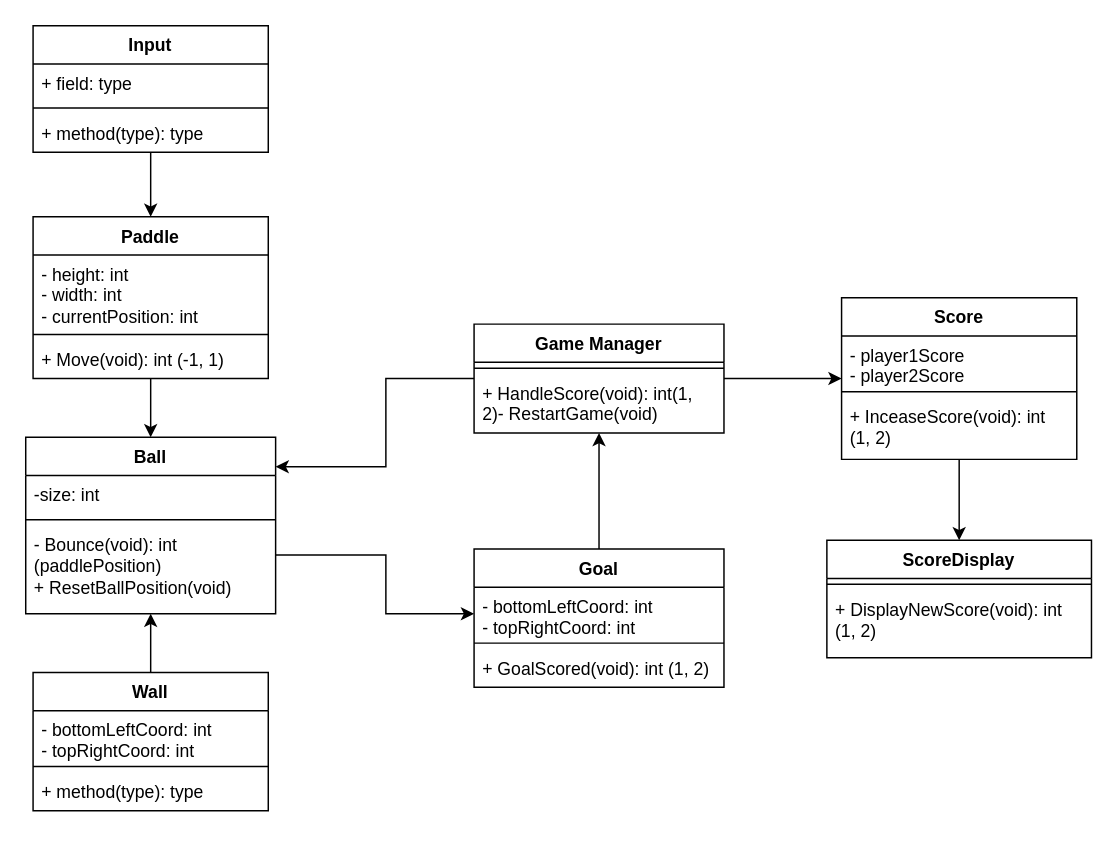
Earlier version of the draw.io diagram Documents/UML_Pong.drawio (codingcaiden03/codingcaiden03). Source tidied: cells renumbered, new cells numbered last; positions are measured from the earlier drawing's top-left corner, leaving out a move shared by most shapes. Both pictures are drawn from the tidied source at 147%, with x=0, y=0 at pixel (25, 25).
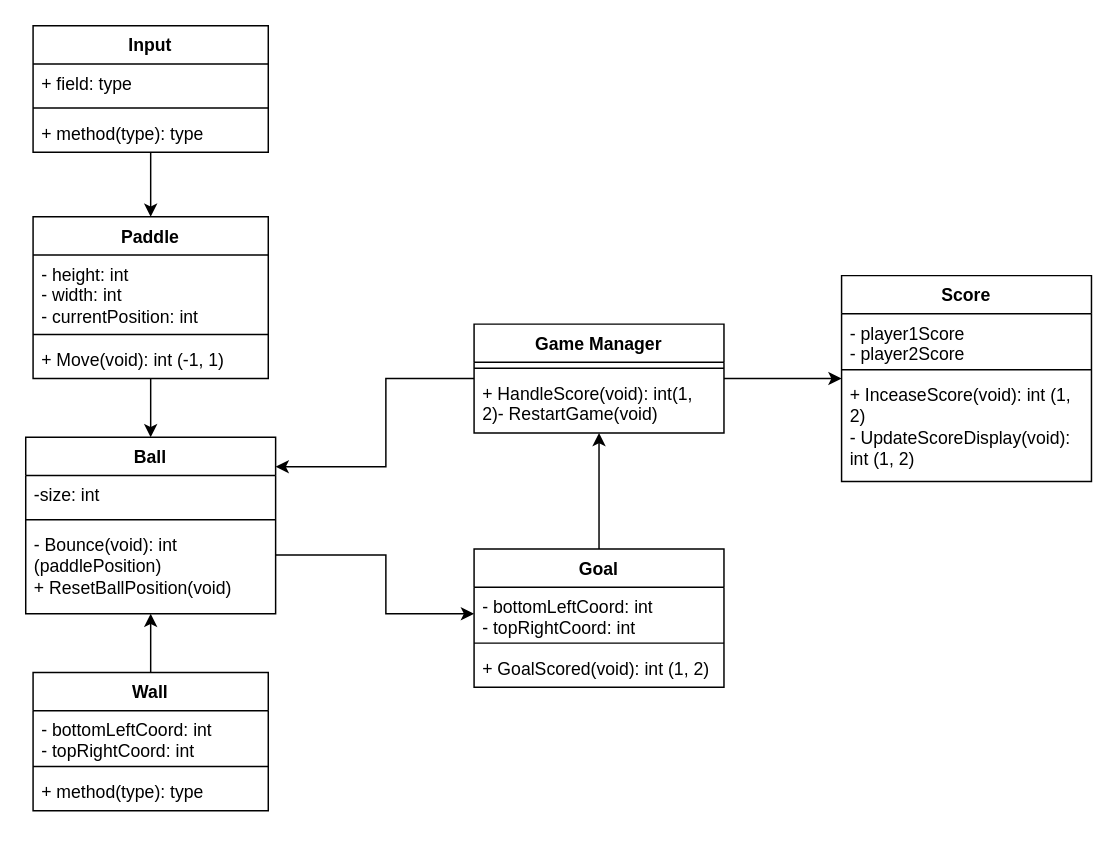
The same page after the edit.

Commit message (it also covers changes not shown here):
Added Score script + updated UML (score)

The edit, as a diff of the source:
```diff
@@
-    <mxCell id="27" style="edgeStyle=orthogonalEdgeStyle;rounded=0;jettySize=auto;html=1;" parent="1" edge="1" source="28" target="37">
-      <mxGeometry relative="1" as="geometry" />
-    </mxCell>
     <mxCell id="28" value="&lt;div&gt;Score&lt;/div&gt;" style="swimlane;fontStyle=1;align=center;verticalAlign=top;horizontal=1;startSize=26;whiteSpace=wrap;html=1;" parent="1" vertex="1">
-      <mxGeometry x="555" y="185" width="160" height="110" as="geometry" />
+      <mxGeometry x="555" y="170" width="170" height="140" as="geometry" />
     </mxCell>
     <mxCell id="29" value="&lt;div&gt;- player1Score&lt;/div&gt;&lt;div&gt;- player2Score&lt;/div&gt;" style="text;strokeColor=none;fillColor=none;align=left;verticalAlign=top;spacingLeft=4;spacingRight=4;overflow=hidden;whiteSpace=wrap;html=1;" parent="28" vertex="1">
-      <mxGeometry y="26" width="160" height="34" as="geometry" />
+      <mxGeometry y="26" width="170" height="34" as="geometry" />
     </mxCell>
     <mxCell id="30" style="line;strokeWidth=1;fillColor=none;align=left;verticalAlign=middle;spacingTop=-1;spacingLeft=3;spacingRight=3;labelPosition=right;strokeColor=inherit;" parent="28" vertex="1">
-      <mxGeometry y="60" width="160" height="8" as="geometry" />
+      <mxGeometry y="60" width="170" height="8" as="geometry" />
     </mxCell>
-    <mxCell id="31" value="+ InceaseScore(void): int (1, 2)" style="text;strokeColor=none;fillColor=none;align=left;verticalAlign=top;spacingLeft=4;spacingRight=4;overflow=hidden;whiteSpace=wrap;html=1;" parent="28" vertex="1">
-      <mxGeometry y="68" width="160" height="42" as="geometry" />
+    <mxCell id="31" value="&lt;div&gt;+ InceaseScore(void): int (1, 2)&lt;/div&gt;&lt;div&gt;- UpdateScoreDisplay(void): int (1, 2)&lt;/div&gt;" style="text;strokeColor=none;fillColor=none;align=left;verticalAlign=top;spacingLeft=4;spacingRight=4;overflow=hidden;whiteSpace=wrap;html=1;" parent="28" vertex="1">
+      <mxGeometry y="68" width="170" height="72" as="geometry" />
     </mxCell>
@@
-    <mxCell id="37" value="&lt;div&gt;ScoreDisplay&lt;/div&gt;" style="swimlane;fontStyle=1;align=center;verticalAlign=top;horizontal=1;startSize=26;whiteSpace=wrap;html=1;" parent="1" vertex="1">
-      <mxGeometry x="545" y="350" width="180" height="80" as="geometry" />
-    </mxCell>
-    <mxCell id="38" style="line;strokeWidth=1;fillColor=none;align=left;verticalAlign=middle;spacingTop=-1;spacingLeft=3;spacingRight=3;labelPosition=right;strokeColor=inherit;" parent="37" vertex="1">
-      <mxGeometry y="26" width="180" height="8" as="geometry" />
-    </mxCell>
-    <mxCell id="39" value="+ DisplayNewScore(void): int (1, 2)" style="text;strokeColor=none;fillColor=none;align=left;verticalAlign=top;spacingLeft=4;spacingRight=4;overflow=hidden;whiteSpace=wrap;html=1;" parent="37" vertex="1">
-      <mxGeometry y="34" width="180" height="46" as="geometry" />
-    </mxCell>
```
